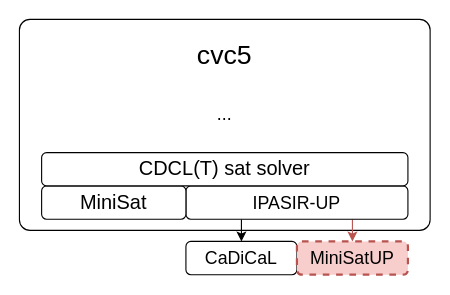
This is figure/cvc5.drawio from hchenqide/Thesis, a draw.io file, before an edit. Source tidied: cells renumbered, new cells numbered last; positions are measured from the earlier drawing's top-left corner, leaving out a move shared by most shapes. Both pictures are drawn from the tidied source at 111%, with x=0, y=0 at pixel (19, 19).
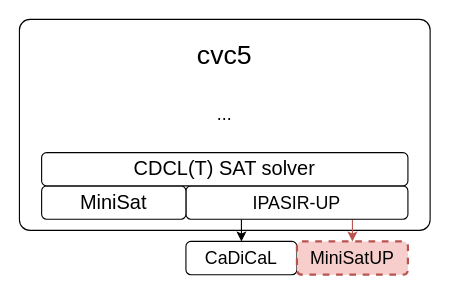
The same page after the edit.

What changed in the source:
```diff
@@
 <mxGraphModel>
   <root>
     <mxCell id="0" />
     <mxCell id="1" parent="0" />
     <mxCell id="2" value="&lt;font style=&quot;font-size: 24px;&quot;&gt;cvc5&lt;/font&gt;&lt;div&gt;&lt;span style=&quot;font-size: 24px;&quot;&gt;&lt;br&gt;&lt;/span&gt;&lt;div&gt;&lt;div&gt;&lt;font size=&quot;3&quot;&gt;...&lt;/font&gt;&lt;/div&gt;&lt;div&gt;&lt;font size=&quot;3&quot;&gt;&lt;br&gt;&lt;/font&gt;&lt;/div&gt;&lt;div&gt;&lt;font size=&quot;3&quot;&gt;&lt;br&gt;&lt;/font&gt;&lt;/div&gt;&lt;div&gt;&lt;font size=&quot;3&quot;&gt;&lt;br&gt;&lt;/font&gt;&lt;/div&gt;&lt;div&gt;&lt;font size=&quot;3&quot;&gt;&lt;br&gt;&lt;/font&gt;&lt;/div&gt;&lt;/div&gt;&lt;/div&gt;" style="rounded=1;whiteSpace=wrap;html=1;arcSize=5;" parent="1" vertex="1">
       <mxGeometry width="370" height="190" as="geometry" />
     </mxCell>
     <mxCell id="3" style="edgeStyle=orthogonalEdgeStyle;rounded=0;jettySize=auto;html=1;exitX=0.25;exitY=1;exitDx=0;exitDy=0;entryX=0.5;entryY=0;entryDx=0;entryDy=0;" parent="1" edge="1" source="5" target="8">
       <mxGeometry relative="1" as="geometry" />
     </mxCell>
     <mxCell id="4" style="edgeStyle=orthogonalEdgeStyle;rounded=0;jettySize=auto;html=1;exitX=0.75;exitY=1;exitDx=0;exitDy=0;entryX=0.5;entryY=0;entryDx=0;entryDy=0;fillColor=#f8cecc;strokeColor=#b85450;" parent="1" edge="1" source="5" target="9">
       <mxGeometry relative="1" as="geometry" />
     </mxCell>
     <mxCell id="5" value="&lt;font size=&quot;3&quot;&gt;IPASIR-UP&lt;/font&gt;" style="rounded=1;whiteSpace=wrap;html=1;" parent="1" vertex="1">
       <mxGeometry x="150" y="150" width="200" height="30" as="geometry" />
     </mxCell>
     <mxCell id="6" value="&lt;font style=&quot;font-size: 18px;&quot;&gt;MiniSat&lt;/font&gt;" style="rounded=1;whiteSpace=wrap;html=1;" parent="1" vertex="1">
       <mxGeometry x="20" y="150" width="130" height="30" as="geometry" />
     </mxCell>
-    <mxCell id="7" value="&lt;font style=&quot;font-size: 18px;&quot;&gt;CDCL(T) sat solver&lt;/font&gt;" style="rounded=1;whiteSpace=wrap;html=1;" parent="1" vertex="1">
+    <mxCell id="7" value="&lt;font style=&quot;font-size: 18px;&quot;&gt;CDCL(T) SAT solver&lt;/font&gt;" style="rounded=1;whiteSpace=wrap;html=1;" parent="1" vertex="1">
       <mxGeometry x="20" y="120" width="330" height="30" as="geometry" />
     </mxCell>
     <mxCell id="8" value="&lt;font size=&quot;3&quot;&gt;CaDiCaL&lt;/font&gt;" style="rounded=1;whiteSpace=wrap;html=1;" parent="1" vertex="1">
       <mxGeometry x="150" y="200" width="100" height="30" as="geometry" />
     </mxCell>
     <mxCell id="9" value="&lt;font size=&quot;3&quot;&gt;MiniSatUP&lt;/font&gt;" style="rounded=1;whiteSpace=wrap;html=1;fillColor=#f8cecc;strokeColor=#b85450;dashed=1;strokeWidth=2;" parent="1" vertex="1">
       <mxGeometry x="250" y="200" width="100" height="30" as="geometry" />
     </mxCell>
   </root>
 </mxGraphModel>
```
